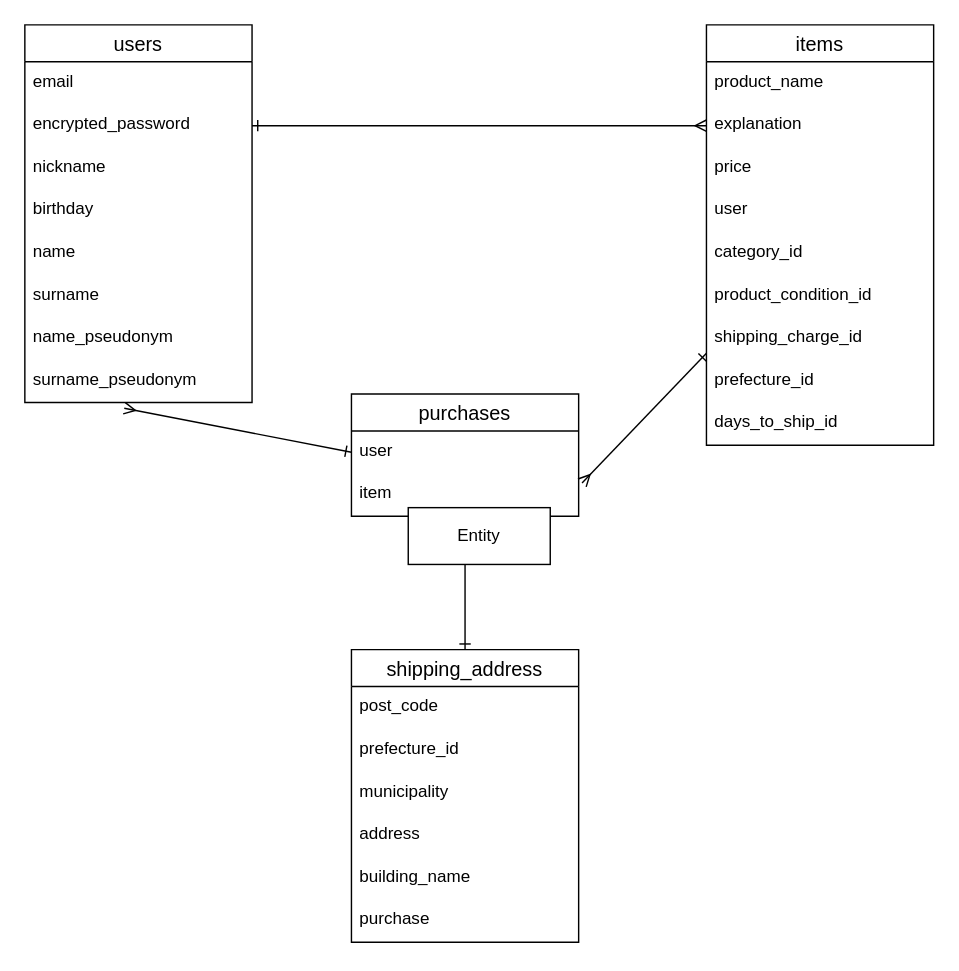
yuukiuvw/furima-37560 keeps this draw.io diagram as test2.dio. Above is the earlier version. Source tidied: cells renumbered, new cells numbered last; positions are measured from the earlier drawing's top-left corner, leaving out a move shared by most shapes. Both pictures are drawn from the tidied source at 142%, with x=0, y=0 at pixel (24, 24).
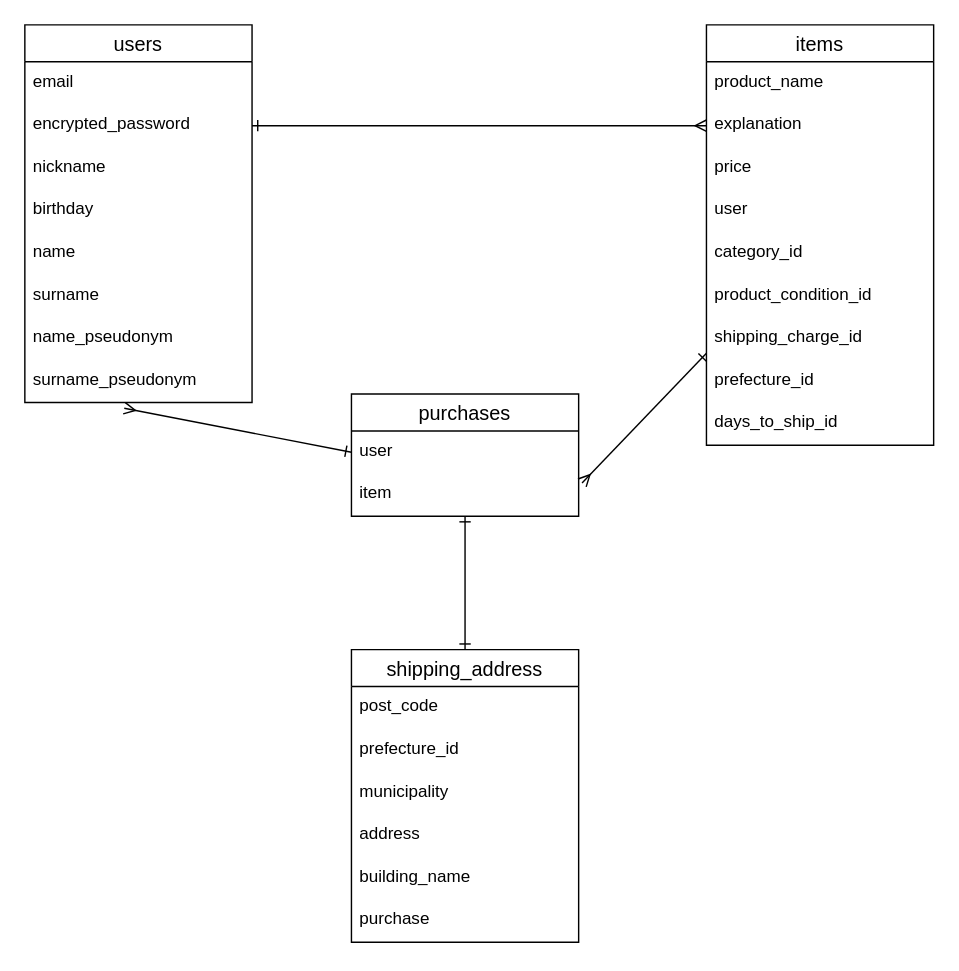
Above is the later version.

Diff of the diagram source:
```diff
@@
-    <mxCell id="35" value="Entity" style="whiteSpace=wrap;html=1;align=center;" parent="1" vertex="1">
-      <mxGeometry x="270" y="340" width="100" height="40" as="geometry" />
-    </mxCell>
```
